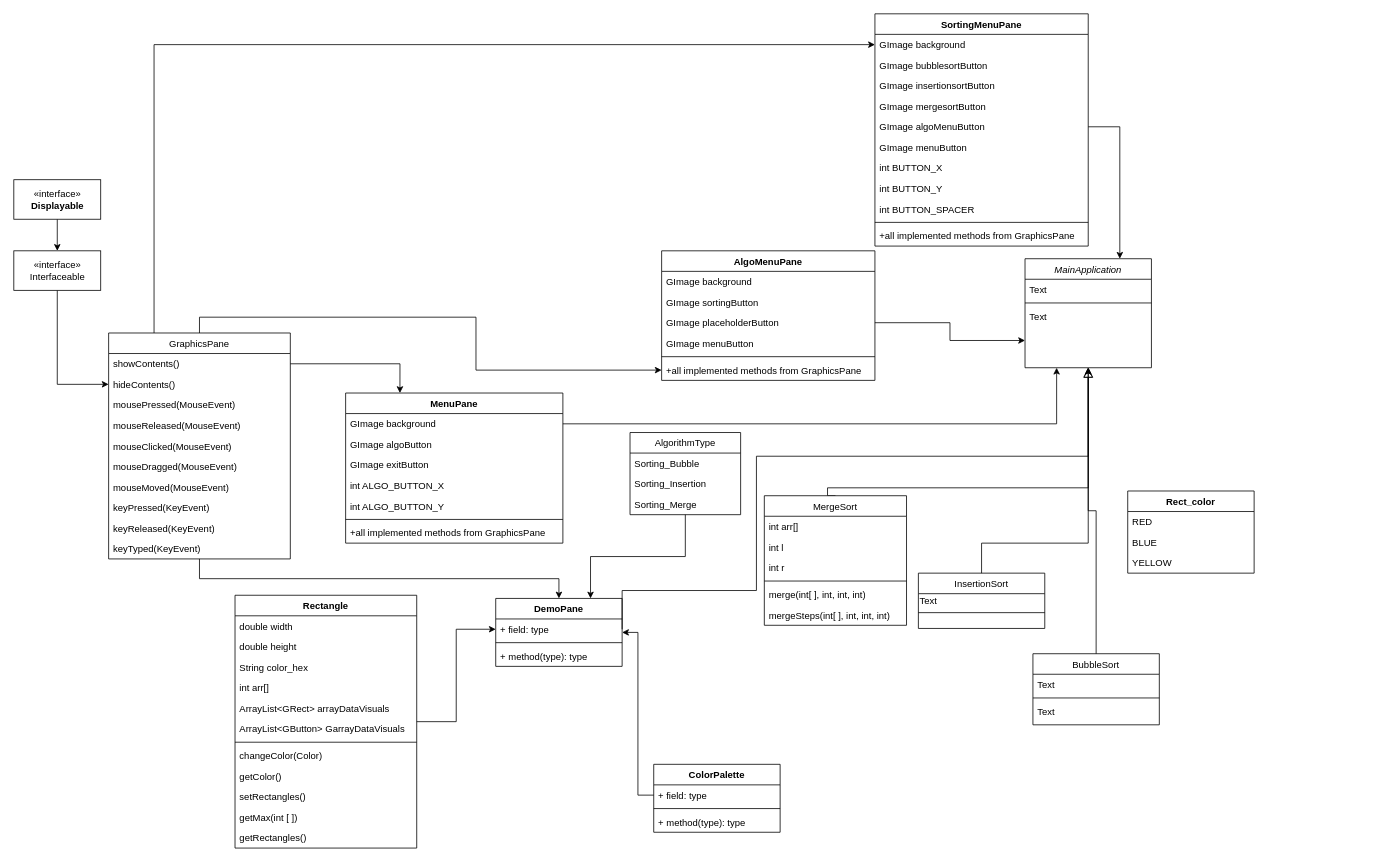
Prot0ast/Repository-Name keeps this draw.io diagram as Final Project - Class Diagram.drawio. Above is the earlier version. Source tidied: cells renumbered, new cells numbered last; positions are measured from the earlier drawing's top-left corner, leaving out a move shared by most shapes. Both pictures are drawn from the tidied source at 79%, with x=0, y=0 at pixel (13, 13).
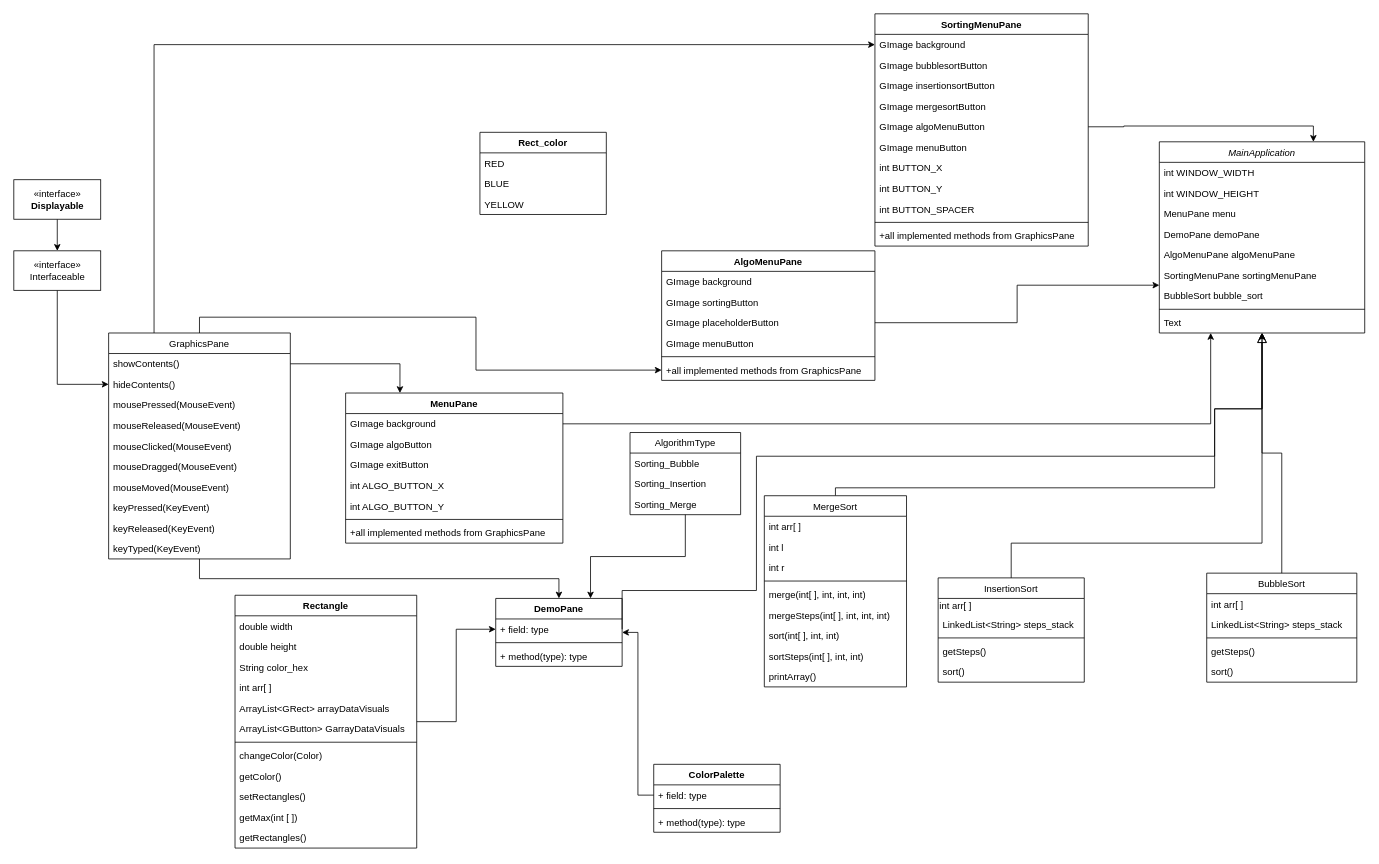
The same diagram, later.

Unchanged cells that the change refers to:
```xml
<mxCell id="40" value="Rectangle" style="swimlane;fontStyle=1;align=center;verticalAlign=top;horizontal=1;startSize=26;" parent="1" vertex="1">
  <mxGeometry x="280" y="736" width="230" height="320" as="geometry" />
</mxCell>
<mxCell id="74" value="+ field: type" style="text;strokeColor=none;fillColor=none;align=left;verticalAlign=top;spacingLeft=4;spacingRight=4;overflow=hidden;points=[[0,0.5],[1,0.5]];portConstraint=eastwest;" parent="73" vertex="1">
  <mxGeometry y="26" width="160" height="26" as="geometry" />
</mxCell>
```

What changed in the source:
```diff
@@
     <mxCell id="2" value="MainApplication" style="swimlane;fontStyle=2;align=center;verticalAlign=top;horizontal=1;startSize=26;rounded=0;shadow=0;strokeWidth=1;" parent="1" vertex="1">
-      <mxGeometry x="1280" y="310" width="160" height="138" as="geometry" />
+      <mxGeometry x="1450" y="162" width="260" height="242" as="geometry" />
     </mxCell>
-    <mxCell id="3" value="Text" style="text;align=left;verticalAlign=top;spacingLeft=4;spacingRight=4;overflow=hidden;" parent="2" vertex="1">
-      <mxGeometry y="26" width="160" height="26" as="geometry" />
+    <mxCell id="3" value="int WINDOW_WIDTH" style="text;align=left;verticalAlign=top;spacingLeft=4;spacingRight=4;overflow=hidden;" parent="2" vertex="1">
+      <mxGeometry y="26" width="260" height="26" as="geometry" />
     </mxCell>
+    <mxCell id="105" value="int WINDOW_HEIGHT" style="text;strokeColor=none;fillColor=none;align=left;verticalAlign=top;spacingLeft=4;spacingRight=4;overflow=hidden;" parent="2" vertex="1">
+      <mxGeometry y="52" width="260" height="26" as="geometry" />
+    </mxCell>
+    <mxCell id="106" value="MenuPane menu" style="text;strokeColor=none;fillColor=none;align=left;verticalAlign=top;spacingLeft=4;spacingRight=4;overflow=hidden;" parent="2" vertex="1">
+      <mxGeometry y="78" width="260" height="26" as="geometry" />
+    </mxCell>
+    <mxCell id="107" value="DemoPane demoPane" style="text;strokeColor=none;fillColor=none;align=left;verticalAlign=top;spacingLeft=4;spacingRight=4;overflow=hidden;" parent="2" vertex="1">
+      <mxGeometry y="104" width="260" height="26" as="geometry" />
+    </mxCell>
+    <mxCell id="108" value="AlgoMenuPane algoMenuPane" style="text;strokeColor=none;fillColor=none;align=left;verticalAlign=top;spacingLeft=4;spacingRight=4;overflow=hidden;" parent="2" vertex="1">
+      <mxGeometry y="130" width="260" height="26" as="geometry" />
+    </mxCell>
+    <mxCell id="109" value="SortingMenuPane sortingMenuPane" style="text;strokeColor=none;fillColor=none;align=left;verticalAlign=top;spacingLeft=4;spacingRight=4;overflow=hidden;" parent="2" vertex="1">
+      <mxGeometry y="156" width="260" height="26" as="geometry" />
+    </mxCell>
+    <mxCell id="110" value="BubbleSort bubble_sort" style="text;strokeColor=none;fillColor=none;align=left;verticalAlign=top;spacingLeft=4;spacingRight=4;overflow=hidden;" parent="2" vertex="1">
+      <mxGeometry y="182" width="260" height="26" as="geometry" />
+    </mxCell>
     <mxCell id="4" style="line;html=1;strokeWidth=1;align=left;verticalAlign=middle;spacingTop=-1;spacingLeft=3;spacingRight=3;labelPosition=right;" parent="2" vertex="1">
-      <mxGeometry y="52" width="160" height="8" as="geometry" />
+      <mxGeometry y="208" width="260" height="8" as="geometry" />
     </mxCell>
     <mxCell id="5" value="Text" style="text;align=left;verticalAlign=top;spacingLeft=4;spacingRight=4;overflow=hidden;" parent="2" vertex="1">
-      <mxGeometry y="60" width="160" height="26" as="geometry" />
+      <mxGeometry y="216" width="260" height="26" as="geometry" />
     </mxCell>
     <mxCell id="6" value="BubbleSort" style="swimlane;fontStyle=0;align=center;verticalAlign=top;horizontal=1;startSize=26;rounded=0;shadow=0;strokeWidth=1;" parent="1" vertex="1">
-      <mxGeometry x="1290" y="810" width="160" height="90" as="geometry" />
+      <mxGeometry x="1510" y="708" width="190" height="138" as="geometry" />
     </mxCell>
-    <mxCell id="7" value="Text" style="text;align=left;verticalAlign=top;spacingLeft=4;spacingRight=4;overflow=hidden;rounded=0;shadow=0;html=0;" parent="6" vertex="1">
-      <mxGeometry y="26" width="160" height="26" as="geometry" />
+    <mxCell id="7" value="int arr[ ]" style="text;align=left;verticalAlign=top;spacingLeft=4;spacingRight=4;overflow=hidden;rounded=0;shadow=0;html=0;" parent="6" vertex="1">
+      <mxGeometry y="26" width="190" height="26" as="geometry" />
     </mxCell>
+    <mxCell id="111" value="LinkedList&lt;String&gt; steps_stack" style="text;strokeColor=none;fillColor=none;align=left;verticalAlign=top;spacingLeft=4;spacingRight=4;overflow=hidden;" parent="6" vertex="1">
+      <mxGeometry y="52" width="190" height="26" as="geometry" />
+    </mxCell>
     <mxCell id="8" style="line;html=1;strokeWidth=1;align=left;verticalAlign=middle;spacingTop=-1;spacingLeft=3;spacingRight=3;labelPosition=right;" parent="6" vertex="1">
-      <mxGeometry y="52" width="160" height="8" as="geometry" />
+      <mxGeometry y="78" width="190" height="8" as="geometry" />
     </mxCell>
-    <mxCell id="9" value="Text" style="text;align=left;verticalAlign=top;spacingLeft=4;spacingRight=4;overflow=hidden;" parent="6" vertex="1">
-      <mxGeometry y="60" width="160" height="26" as="geometry" />
+    <mxCell id="9" value="getSteps()" style="text;align=left;verticalAlign=top;spacingLeft=4;spacingRight=4;overflow=hidden;" parent="6" vertex="1">
+      <mxGeometry y="86" width="190" height="26" as="geometry" />
     </mxCell>
+    <mxCell id="112" value="sort()" style="text;strokeColor=none;fillColor=none;align=left;verticalAlign=top;spacingLeft=4;spacingRight=4;overflow=hidden;" parent="6" vertex="1">
+      <mxGeometry y="112" width="190" height="26" as="geometry" />
+    </mxCell>
@@
     <mxCell id="11" value="InsertionSort" style="swimlane;fontStyle=0;align=center;verticalAlign=top;horizontal=1;startSize=26;rounded=0;shadow=0;strokeWidth=1;" parent="1" vertex="1">
-      <mxGeometry x="1145" y="708" width="160" height="70" as="geometry" />
+      <mxGeometry x="1170" y="714" width="185" height="132" as="geometry" />
     </mxCell>
-    <mxCell id="12" value="&lt;div align=&quot;left&quot;&gt;Text&lt;/div&gt;" style="text;html=1;strokeColor=none;fillColor=none;align=left;verticalAlign=middle;whiteSpace=wrap;rounded=0;" parent="11" vertex="1">
-      <mxGeometry y="26" width="160" height="20" as="geometry" />
+    <mxCell id="12" value="int arr[ ]" style="text;html=1;strokeColor=none;fillColor=none;align=left;verticalAlign=middle;whiteSpace=wrap;rounded=0;" parent="11" vertex="1">
+      <mxGeometry y="26" width="185" height="20" as="geometry" />
     </mxCell>
+    <mxCell id="113" value="LinkedList&lt;String&gt; steps_stack" style="text;strokeColor=none;fillColor=none;align=left;verticalAlign=top;spacingLeft=4;spacingRight=4;overflow=hidden;" parent="11" vertex="1">
+      <mxGeometry y="46" width="185" height="26" as="geometry" />
+    </mxCell>
     <mxCell id="13" style="line;html=1;strokeWidth=1;align=left;verticalAlign=middle;spacingTop=-1;spacingLeft=3;spacingRight=3;labelPosition=right;" parent="11" vertex="1">
-      <mxGeometry y="46" width="160" height="8" as="geometry" />
+      <mxGeometry y="72" width="185" height="8" as="geometry" />
     </mxCell>
+    <mxCell id="114" value="getSteps()" style="text;strokeColor=none;fillColor=none;align=left;verticalAlign=top;spacingLeft=4;spacingRight=4;overflow=hidden;" parent="11" vertex="1">
+      <mxGeometry y="80" width="185" height="26" as="geometry" />
+    </mxCell>
+    <mxCell id="115" value="sort()" style="text;strokeColor=none;fillColor=none;align=left;verticalAlign=top;spacingLeft=4;spacingRight=4;overflow=hidden;" parent="11" vertex="1">
+      <mxGeometry y="106" width="185" height="26" as="geometry" />
+    </mxCell>
@@
     <mxCell id="15" style="edgeStyle=orthogonalEdgeStyle;rounded=0;jettySize=auto;html=1;exitX=0.5;exitY=0;exitDx=0;exitDy=0;entryX=0.5;entryY=1;entryDx=0;entryDy=0;" parent="1" edge="1" source="16" target="2">
       <mxGeometry relative="1" as="geometry">
         <Array as="points">
-          <mxPoint x="1030" y="600" />
-          <mxPoint x="1360" y="600" />
+          <mxPoint x="1040" y="600" />
+          <mxPoint x="1520" y="600" />
+          <mxPoint x="1520" y="500" />
+          <mxPoint x="1580" y="500" />
         </Array>
       </mxGeometry>
     </mxCell>
     <mxCell id="16" value="MergeSort" style="swimlane;fontStyle=0;align=center;verticalAlign=top;horizontal=1;startSize=26;rounded=0;shadow=0;strokeWidth=1;" parent="1" vertex="1">
-      <mxGeometry x="950" y="610" width="180" height="164" as="geometry" />
+      <mxGeometry x="950" y="610" width="180" height="242" as="geometry" />
     </mxCell>
-    <mxCell id="17" value="int arr[]" style="text;align=left;verticalAlign=top;spacingLeft=4;spacingRight=4;overflow=hidden;rounded=0;shadow=0;html=0;" parent="16" vertex="1">
+    <mxCell id="17" value="int arr[ ]" style="text;align=left;verticalAlign=top;spacingLeft=4;spacingRight=4;overflow=hidden;rounded=0;shadow=0;html=0;" parent="16" vertex="1">
       <mxGeometry y="26" width="180" height="26" as="geometry" />
     </mxCell>
@@
+    <mxCell id="116" value="sort(int[ ], int, int)" style="text;strokeColor=none;fillColor=none;align=left;verticalAlign=top;spacingLeft=4;spacingRight=4;overflow=hidden;" parent="16" vertex="1">
+      <mxGeometry y="164" width="180" height="26" as="geometry" />
+    </mxCell>
+    <mxCell id="117" value="sortSteps(int[ ], int, int)" style="text;strokeColor=none;fillColor=none;align=left;verticalAlign=top;spacingLeft=4;spacingRight=4;overflow=hidden;" parent="16" vertex="1">
+      <mxGeometry y="190" width="180" height="26" as="geometry" />
+    </mxCell>
+    <mxCell id="118" value="printArray()" style="text;strokeColor=none;fillColor=none;align=left;verticalAlign=top;spacingLeft=4;spacingRight=4;overflow=hidden;" parent="16" vertex="1">
+      <mxGeometry y="216" width="180" height="26" as="geometry" />
+    </mxCell>
@@
     <mxCell id="35" value="Rect_color" style="swimlane;fontStyle=1;align=center;verticalAlign=top;horizontal=1;startSize=26;" parent="1" vertex="1">
-      <mxGeometry x="1410" y="604" width="160" height="104" as="geometry" />
+      <mxGeometry x="590" y="150" width="160" height="104" as="geometry" />
     </mxCell>
@@
-    <mxCell id="44" value="int arr[]" style="text;strokeColor=none;fillColor=none;align=left;verticalAlign=top;spacingLeft=4;spacingRight=4;overflow=hidden;" parent="40" vertex="1">
+    <mxCell id="44" value="int arr[ ]" style="text;strokeColor=none;fillColor=none;align=left;verticalAlign=top;spacingLeft=4;spacingRight=4;overflow=hidden;" parent="40" vertex="1">
       <mxGeometry y="104" width="230" height="26" as="geometry" />
     </mxCell>
@@
     <mxCell id="77" style="edgeStyle=orthogonalEdgeStyle;rounded=0;jettySize=auto;html=1;exitX=1;exitY=0.5;exitDx=0;exitDy=0;entryX=0.5;entryY=1;entryDx=0;entryDy=0;" parent="1" edge="1" source="74" target="2">
       <mxGeometry relative="1" as="geometry">
         <Array as="points">
           <mxPoint x="770" y="730" />
           <mxPoint x="940" y="730" />
           <mxPoint x="940" y="560" />
-          <mxPoint x="1360" y="560" />
+          <mxPoint x="1520" y="560" />
+          <mxPoint x="1520" y="500" />
+          <mxPoint x="1580" y="500" />
         </Array>
       </mxGeometry>
     </mxCell>
```
